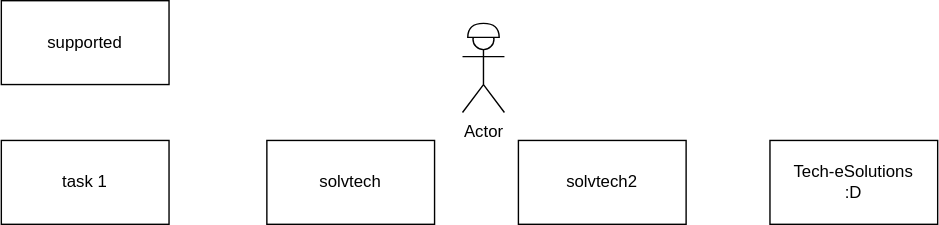
Earlier version of the draw.io export systems_analysis/eva2/crear-env-vars-gitbash-windows.drawio.svg (cdvelop/aiep). Source tidied: cells renumbered, new cells last; positions are measured from the earlier drawing's top-left corner, leaving out a move shared by most shapes.
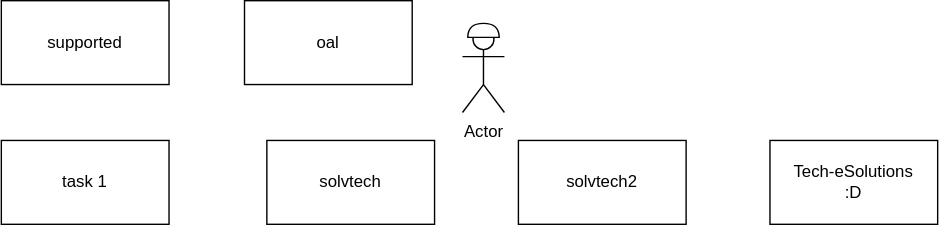
After the change.

The edit, as a diff of the source:
```diff
@@ -20,6 +20,9 @@
     <mxCell id="7" value="supported" style="rounded=0;whiteSpace=wrap;html=1;" parent="1" vertex="1">
       <mxGeometry width="120" height="60" as="geometry" />
     </mxCell>
+    <mxCell id="9" value="oal" style="rounded=0;whiteSpace=wrap;html=1;" parent="1" vertex="1">
+      <mxGeometry x="174" width="120" height="60" as="geometry" />
+    </mxCell>
     <mxCell id="8" style="shape=or;whiteSpace=wrap;html=1;rotation=-90;" parent="1" vertex="1">
       <mxGeometry x="340" y="10" width="10" height="22.5" as="geometry" />
     </mxCell>
```
